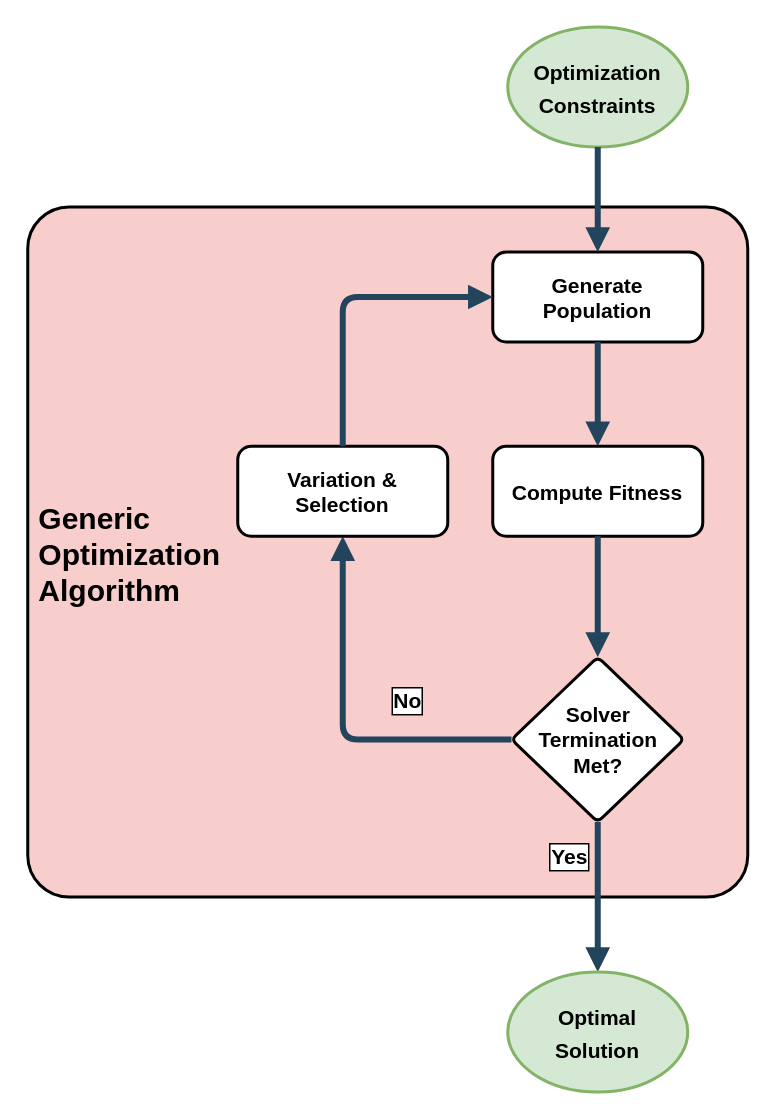
The draw.io diagram SupportingDocs/Diagrams/GenericOptimization.drawio in MichaelThamm/masters-thesis, before the edit. Source tidied: cells renumbered, new cells numbered last; positions are measured from the earlier drawing's top-left corner, leaving out a move shared by most shapes. Both pictures are drawn from the tidied source at 150%, with x=0, y=0 at pixel (27, 26).
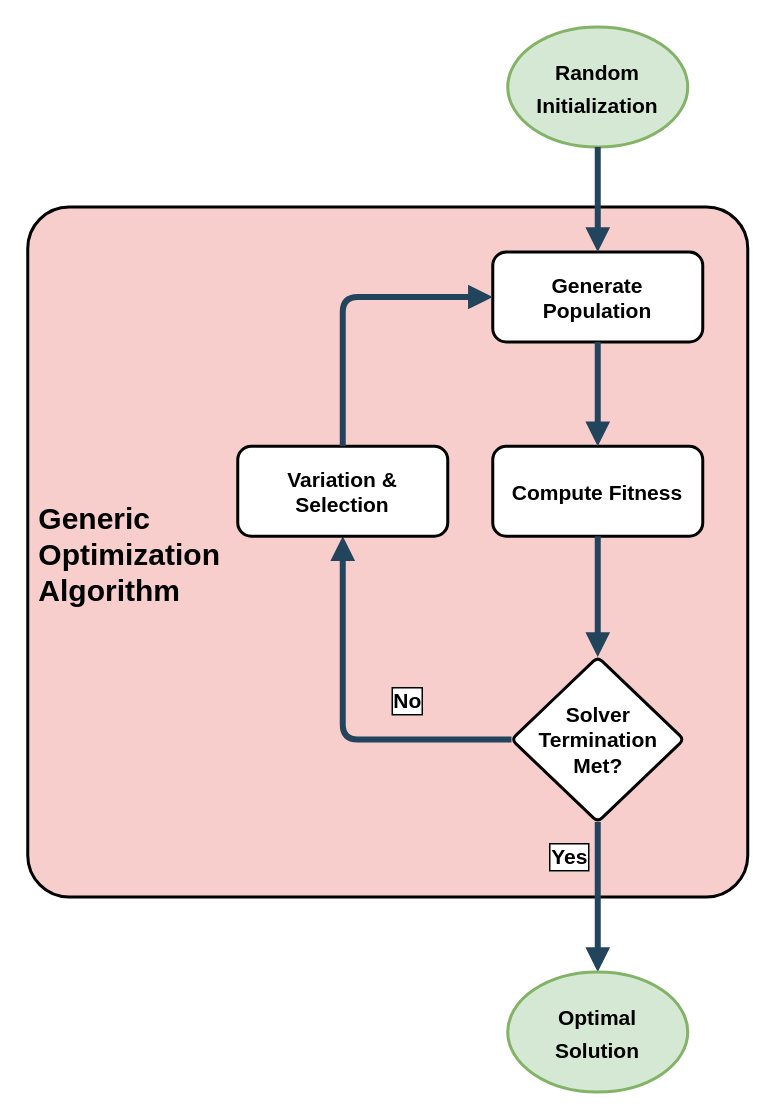
Above is the later version.

Unchanged cells that the change refers to:
```xml
<mxCell id="2" style="group;" parent="1" vertex="1">
  <mxGeometry y="0.5" width="480" height="710" as="geometry" />
</mxCell>
```

Change to the diagram source:
```diff
@@
-    <mxCell id="13" value="&lt;font style=&quot;font-size: 14px;&quot;&gt;&lt;b&gt;Optimization&lt;br&gt;Constraints&lt;br&gt;&lt;/b&gt;&lt;/font&gt;" style="ellipse;whiteSpace=wrap;html=1;rounded=1;shadow=0;labelBackgroundColor=none;fontSize=18;strokeColor=#82b366;strokeWidth=2;fillColor=#d5e8d4;" parent="2" vertex="1">
+    <mxCell id="13" value="&lt;font style=&quot;font-size: 14px;&quot;&gt;&lt;b&gt;Random Initialization&lt;br&gt;&lt;/b&gt;&lt;/font&gt;" style="ellipse;whiteSpace=wrap;html=1;rounded=1;shadow=0;labelBackgroundColor=none;fontSize=18;strokeColor=#82b366;strokeWidth=2;fillColor=#d5e8d4;" parent="2" vertex="1">
       <mxGeometry x="320" width="120" height="80" as="geometry" />
     </mxCell>
```
